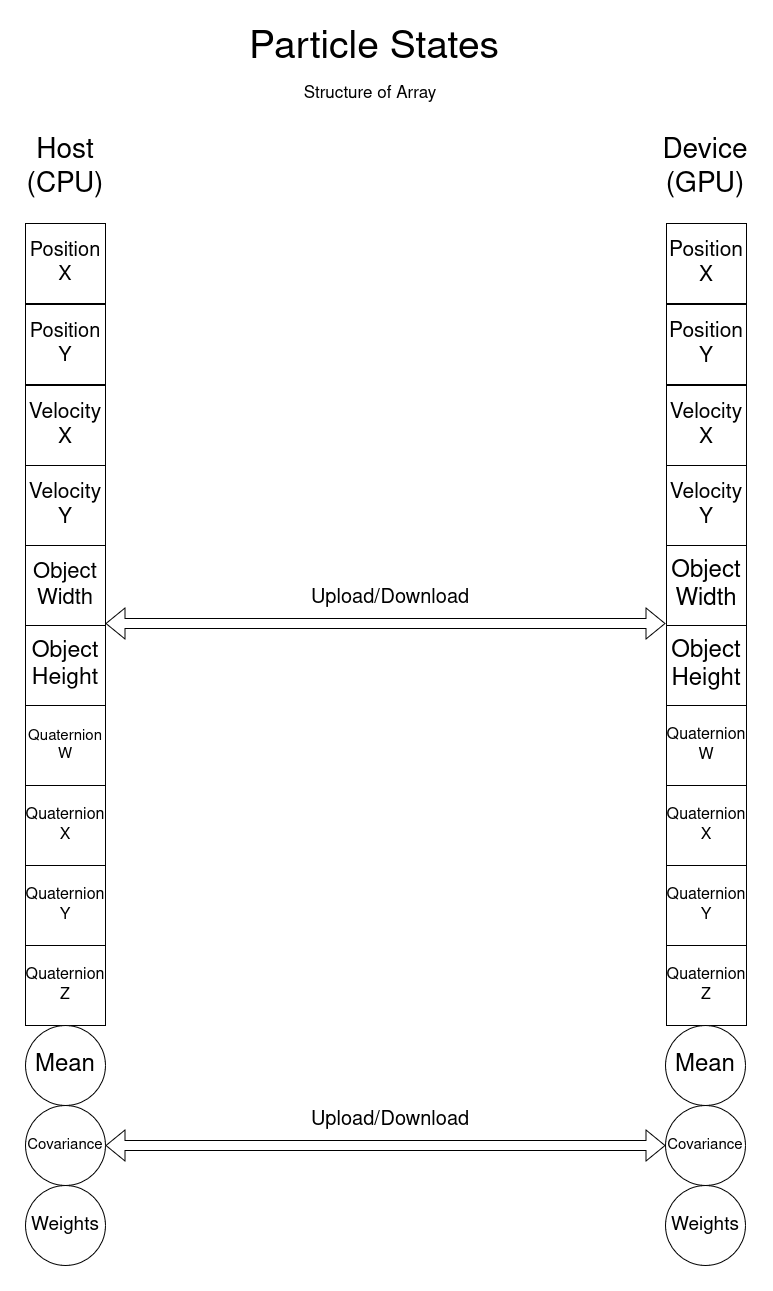
Earlier version of the draw.io export assets/particle_SoA.png (jagennath-hari/Edge-Optimized-Tracking-System). Source tidied: cells renumbered, new cells last; positions are measured from the earlier drawing's top-left corner, leaving out a move shared by most shapes.
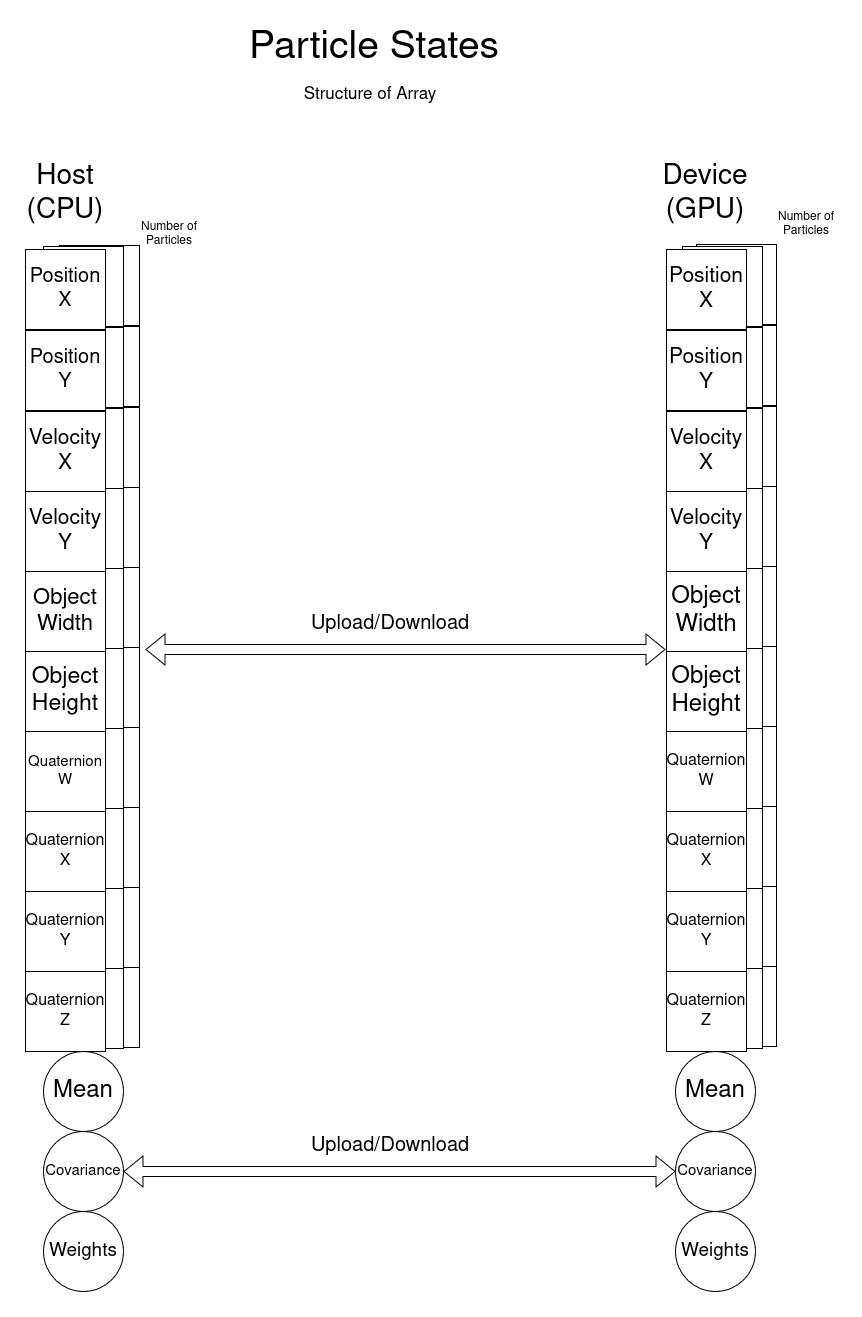
After the commit.

Diff of the diagram source:
```diff
@@ -2,11 +2,149 @@
   <root>
     <mxCell id="0" />
     <mxCell id="1" parent="0" />
+    <mxCell id="39" style="group;" parent="1" vertex="1">
+      <mxGeometry x="671" y="180" width="80" height="802" as="geometry" />
+    </mxCell>
+    <mxCell id="40" style="whiteSpace=wrap;html=1;" parent="39" vertex="1">
+      <mxGeometry width="80" height="80" as="geometry" />
+    </mxCell>
+    <mxCell id="41" style="whiteSpace=wrap;html=1;" parent="39" vertex="1">
+      <mxGeometry y="81" width="80" height="80" as="geometry" />
+    </mxCell>
+    <mxCell id="42" style="whiteSpace=wrap;html=1;" parent="39" vertex="1">
+      <mxGeometry y="162" width="80" height="80" as="geometry" />
+    </mxCell>
+    <mxCell id="43" style="whiteSpace=wrap;html=1;" parent="39" vertex="1">
+      <mxGeometry y="242" width="80" height="80" as="geometry" />
+    </mxCell>
+    <mxCell id="44" style="whiteSpace=wrap;html=1;" parent="39" vertex="1">
+      <mxGeometry y="322" width="80" height="80" as="geometry" />
+    </mxCell>
+    <mxCell id="45" style="whiteSpace=wrap;html=1;" parent="39" vertex="1">
+      <mxGeometry y="402" width="80" height="80" as="geometry" />
+    </mxCell>
+    <mxCell id="46" style="whiteSpace=wrap;html=1;" parent="39" vertex="1">
+      <mxGeometry y="482" width="80" height="80" as="geometry" />
+    </mxCell>
+    <mxCell id="47" style="whiteSpace=wrap;html=1;" parent="39" vertex="1">
+      <mxGeometry y="562" width="80" height="80" as="geometry" />
+    </mxCell>
+    <mxCell id="48" style="whiteSpace=wrap;html=1;" parent="39" vertex="1">
+      <mxGeometry y="642" width="80" height="80" as="geometry" />
+    </mxCell>
+    <mxCell id="49" style="whiteSpace=wrap;html=1;" parent="39" vertex="1">
+      <mxGeometry y="722" width="80" height="80" as="geometry" />
+    </mxCell>
+    <mxCell id="50" style="group;" parent="1" vertex="1">
+      <mxGeometry x="657" y="182" width="80" height="802" as="geometry" />
+    </mxCell>
+    <mxCell id="51" style="whiteSpace=wrap;html=1;" parent="50" vertex="1">
+      <mxGeometry width="80" height="80" as="geometry" />
+    </mxCell>
+    <mxCell id="52" style="whiteSpace=wrap;html=1;" parent="50" vertex="1">
+      <mxGeometry y="81" width="80" height="80" as="geometry" />
+    </mxCell>
+    <mxCell id="53" style="whiteSpace=wrap;html=1;" parent="50" vertex="1">
+      <mxGeometry y="162" width="80" height="80" as="geometry" />
+    </mxCell>
+    <mxCell id="54" style="whiteSpace=wrap;html=1;" parent="50" vertex="1">
+      <mxGeometry y="242" width="80" height="80" as="geometry" />
+    </mxCell>
+    <mxCell id="55" style="whiteSpace=wrap;html=1;" parent="50" vertex="1">
+      <mxGeometry y="322" width="80" height="80" as="geometry" />
+    </mxCell>
+    <mxCell id="56" style="whiteSpace=wrap;html=1;" parent="50" vertex="1">
+      <mxGeometry y="402" width="80" height="80" as="geometry" />
+    </mxCell>
+    <mxCell id="57" style="whiteSpace=wrap;html=1;" parent="50" vertex="1">
+      <mxGeometry y="482" width="80" height="80" as="geometry" />
+    </mxCell>
+    <mxCell id="58" style="whiteSpace=wrap;html=1;" parent="50" vertex="1">
+      <mxGeometry y="562" width="80" height="80" as="geometry" />
+    </mxCell>
+    <mxCell id="59" style="whiteSpace=wrap;html=1;" parent="50" vertex="1">
+      <mxGeometry y="642" width="80" height="80" as="geometry" />
+    </mxCell>
+    <mxCell id="60" style="whiteSpace=wrap;html=1;" parent="50" vertex="1">
+      <mxGeometry y="722" width="80" height="80" as="geometry" />
+    </mxCell>
+    <mxCell id="61" style="group;" parent="1" vertex="1">
+      <mxGeometry x="34" y="181" width="80" height="802" as="geometry" />
+    </mxCell>
+    <mxCell id="62" style="whiteSpace=wrap;html=1;" parent="61" vertex="1">
+      <mxGeometry width="80" height="80" as="geometry" />
+    </mxCell>
+    <mxCell id="63" style="whiteSpace=wrap;html=1;" parent="61" vertex="1">
+      <mxGeometry y="81" width="80" height="80" as="geometry" />
+    </mxCell>
+    <mxCell id="64" style="whiteSpace=wrap;html=1;" parent="61" vertex="1">
+      <mxGeometry y="162" width="80" height="80" as="geometry" />
+    </mxCell>
+    <mxCell id="65" style="whiteSpace=wrap;html=1;" parent="61" vertex="1">
+      <mxGeometry y="242" width="80" height="80" as="geometry" />
+    </mxCell>
+    <mxCell id="66" style="whiteSpace=wrap;html=1;" parent="61" vertex="1">
+      <mxGeometry y="322" width="80" height="80" as="geometry" />
+    </mxCell>
+    <mxCell id="67" style="whiteSpace=wrap;html=1;" parent="61" vertex="1">
+      <mxGeometry y="402" width="80" height="80" as="geometry" />
+    </mxCell>
+    <mxCell id="68" style="whiteSpace=wrap;html=1;" parent="61" vertex="1">
+      <mxGeometry y="482" width="80" height="80" as="geometry" />
+    </mxCell>
+    <mxCell id="69" style="whiteSpace=wrap;html=1;" parent="61" vertex="1">
+      <mxGeometry y="562" width="80" height="80" as="geometry" />
+    </mxCell>
+    <mxCell id="70" style="whiteSpace=wrap;html=1;" parent="61" vertex="1">
+      <mxGeometry y="642" width="80" height="80" as="geometry" />
+    </mxCell>
+    <mxCell id="71" style="whiteSpace=wrap;html=1;" parent="61" vertex="1">
+      <mxGeometry y="722" width="80" height="80" as="geometry" />
+    </mxCell>
+    <mxCell id="72" style="edgeStyle=orthogonalEdgeStyle;rounded=0;orthogonalLoop=1;jettySize=auto;html=1;exitX=0.5;exitY=1;exitDx=0;exitDy=0;" parent="61" edge="1" source="63" target="63">
+      <mxGeometry relative="1" as="geometry" />
+    </mxCell>
+    <mxCell id="73" style="group;" parent="1" vertex="1">
+      <mxGeometry x="18" y="182" width="80" height="802" as="geometry" />
+    </mxCell>
+    <mxCell id="74" style="whiteSpace=wrap;html=1;" parent="73" vertex="1">
+      <mxGeometry width="80" height="80" as="geometry" />
+    </mxCell>
+    <mxCell id="75" style="whiteSpace=wrap;html=1;" parent="73" vertex="1">
+      <mxGeometry y="81" width="80" height="80" as="geometry" />
+    </mxCell>
+    <mxCell id="76" style="whiteSpace=wrap;html=1;" parent="73" vertex="1">
+      <mxGeometry y="162" width="80" height="80" as="geometry" />
+    </mxCell>
+    <mxCell id="77" style="whiteSpace=wrap;html=1;" parent="73" vertex="1">
+      <mxGeometry y="242" width="80" height="80" as="geometry" />
+    </mxCell>
+    <mxCell id="78" style="whiteSpace=wrap;html=1;" parent="73" vertex="1">
+      <mxGeometry y="322" width="80" height="80" as="geometry" />
+    </mxCell>
+    <mxCell id="79" style="whiteSpace=wrap;html=1;" parent="73" vertex="1">
+      <mxGeometry y="402" width="80" height="80" as="geometry" />
+    </mxCell>
+    <mxCell id="80" style="whiteSpace=wrap;html=1;" parent="73" vertex="1">
+      <mxGeometry y="482" width="80" height="80" as="geometry" />
+    </mxCell>
+    <mxCell id="81" style="whiteSpace=wrap;html=1;" parent="73" vertex="1">
+      <mxGeometry y="562" width="80" height="80" as="geometry" />
+    </mxCell>
+    <mxCell id="82" style="whiteSpace=wrap;html=1;" parent="73" vertex="1">
+      <mxGeometry y="642" width="80" height="80" as="geometry" />
+    </mxCell>
+    <mxCell id="83" style="whiteSpace=wrap;html=1;" parent="73" vertex="1">
+      <mxGeometry y="722" width="80" height="80" as="geometry" />
+    </mxCell>
+    <mxCell id="84" style="edgeStyle=orthogonalEdgeStyle;rounded=0;orthogonalLoop=1;jettySize=auto;html=1;exitX=0.5;exitY=1;exitDx=0;exitDy=0;" parent="73" edge="1" source="75" target="75">
+      <mxGeometry relative="1" as="geometry" />
+    </mxCell>
     <mxCell id="2" value="&lt;font style=&quot;font-size: 39px;&quot;&gt;Particle States &lt;/font&gt;" style="text;html=1;align=center;verticalAlign=middle;whiteSpace=wrap;rounded=0;" parent="1" vertex="1">
-      <mxGeometry x="204" width="290" height="20" as="geometry" />
+      <mxGeometry x="204" y="-26" width="290" height="20" as="geometry" />
     </mxCell>
     <mxCell id="3" value="&lt;div&gt;&lt;font style=&quot;font-size: 17px;&quot;&gt;Structure of Array&lt;/font&gt;&lt;/div&gt;" style="text;html=1;align=center;verticalAlign=middle;whiteSpace=wrap;rounded=0;" parent="1" vertex="1">
-      <mxGeometry x="255" y="30" width="180" height="50" as="geometry" />
+      <mxGeometry x="255" y="5" width="180" height="50" as="geometry" />
     </mxCell>
     <mxCell id="4" value="&lt;font style=&quot;font-size: 28px;&quot;&gt;Host (CPU)&lt;/font&gt;" style="text;html=1;align=center;verticalAlign=middle;whiteSpace=wrap;rounded=0;" parent="1" vertex="1">
       <mxGeometry x="10" y="115" width="60" height="30" as="geometry" />
@@ -85,7 +223,7 @@
     </mxCell>
     <mxCell id="29" style="shape=flexArrow;endArrow=classic;startArrow=classic;html=1;rounded=0;" parent="1" edge="1">
       <mxGeometry relative="1" as="geometry">
-        <mxPoint x="80" y="585" as="sourcePoint" />
+        <mxPoint x="120" y="585" as="sourcePoint" />
         <mxPoint x="640" y="585" as="targetPoint" />
       </mxGeometry>
     </mxCell>
@@ -93,31 +231,34 @@
       <mxGeometry x="280" y="545" width="170" height="30" as="geometry" />
     </mxCell>
     <mxCell id="31" value="&lt;font style=&quot;font-size: 24px;&quot;&gt;Mean&lt;/font&gt;" style="ellipse;whiteSpace=wrap;html=1;" parent="1" vertex="1">
-      <mxGeometry y="987" width="80" height="80" as="geometry" />
+      <mxGeometry x="18" y="987" width="80" height="80" as="geometry" />
     </mxCell>
     <mxCell id="32" value="&lt;font style=&quot;font-size: 24px;&quot;&gt;Mean&lt;/font&gt;" style="ellipse;whiteSpace=wrap;html=1;" parent="1" vertex="1">
-      <mxGeometry x="640" y="987" width="80" height="80" as="geometry" />
+      <mxGeometry x="650" y="987" width="80" height="80" as="geometry" />
     </mxCell>
     <mxCell id="33" value="&lt;font style=&quot;font-size: 15px;&quot;&gt;Covariance&lt;/font&gt;" style="ellipse;whiteSpace=wrap;html=1;" parent="1" vertex="1">
-      <mxGeometry y="1067" width="80" height="80" as="geometry" />
+      <mxGeometry x="18" y="1067" width="80" height="80" as="geometry" />
     </mxCell>
     <mxCell id="34" value="&lt;font style=&quot;font-size: 15px;&quot;&gt;Covariance&lt;/font&gt;" style="ellipse;whiteSpace=wrap;html=1;" parent="1" vertex="1">
-      <mxGeometry x="640" y="1067" width="80" height="80" as="geometry" />
+      <mxGeometry x="650" y="1067" width="80" height="80" as="geometry" />
     </mxCell>
     <mxCell id="35" value="&lt;font style=&quot;font-size: 19px;&quot;&gt;Weights&lt;/font&gt;" style="ellipse;whiteSpace=wrap;html=1;" parent="1" vertex="1">
-      <mxGeometry y="1147" width="80" height="80" as="geometry" />
+      <mxGeometry x="18" y="1147" width="80" height="80" as="geometry" />
     </mxCell>
     <mxCell id="36" value="&lt;font style=&quot;font-size: 19px;&quot;&gt;Weights&lt;/font&gt;" style="ellipse;whiteSpace=wrap;html=1;" parent="1" vertex="1">
-      <mxGeometry x="640" y="1147" width="80" height="80" as="geometry" />
+      <mxGeometry x="650" y="1147" width="80" height="80" as="geometry" />
     </mxCell>
-    <mxCell id="37" style="shape=flexArrow;endArrow=classic;startArrow=classic;html=1;rounded=0;" parent="1" edge="1">
-      <mxGeometry relative="1" as="geometry">
-        <mxPoint x="80" y="1107" as="sourcePoint" />
-        <mxPoint x="640" y="1107" as="targetPoint" />
-      </mxGeometry>
+    <mxCell id="37" style="shape=flexArrow;endArrow=classic;startArrow=classic;html=1;rounded=0;exitX=1;exitY=0.5;exitDx=0;exitDy=0;entryX=0;entryY=0.5;entryDx=0;entryDy=0;" parent="1" edge="1" source="33" target="34">
+      <mxGeometry relative="1" as="geometry" />
     </mxCell>
     <mxCell id="38" value="&lt;font style=&quot;font-size: 20px;&quot;&gt;Upload/Download&lt;/font&gt;" style="text;html=1;align=center;verticalAlign=middle;whiteSpace=wrap;rounded=0;" parent="1" vertex="1">
       <mxGeometry x="280" y="1067" width="170" height="30" as="geometry" />
     </mxCell>
+    <mxCell id="85" value="Number of Particles" style="text;html=1;align=center;verticalAlign=middle;whiteSpace=wrap;rounded=0;" parent="1" vertex="1">
+      <mxGeometry x="114" y="155" width="60" height="30" as="geometry" />
+    </mxCell>
+    <mxCell id="86" value="Number of Particles" style="text;html=1;align=center;verticalAlign=middle;whiteSpace=wrap;rounded=0;" parent="1" vertex="1">
+      <mxGeometry x="751" y="145" width="60" height="30" as="geometry" />
+    </mxCell>
   </root>
 </mxGraphModel>
```
